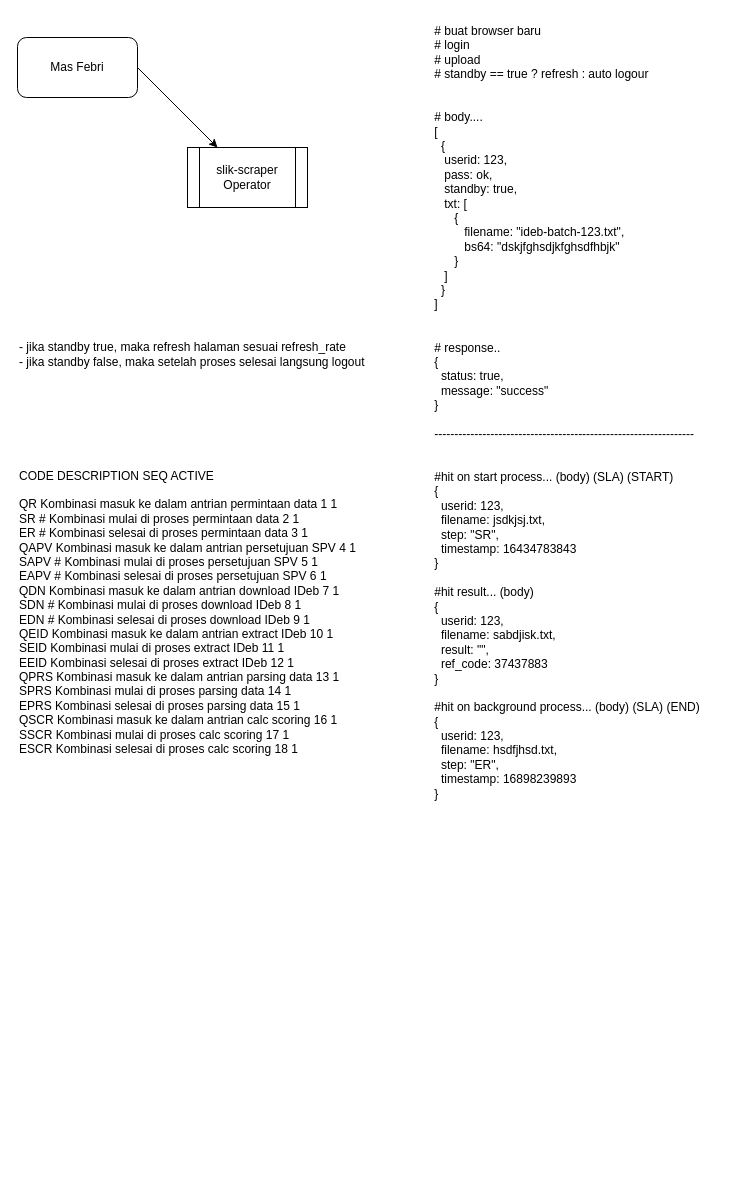
Before: Untitled Diagram.drawio in jefripunza/cloufina-assets, a draw.io diagram. Source tidied: cells renumbered, new cells numbered last; positions are measured from the earlier drawing's top-left corner, leaving out a move shared by most shapes. Both pictures are drawn from the tidied source at 100%, with x=0, y=0 at pixel (17, 17).
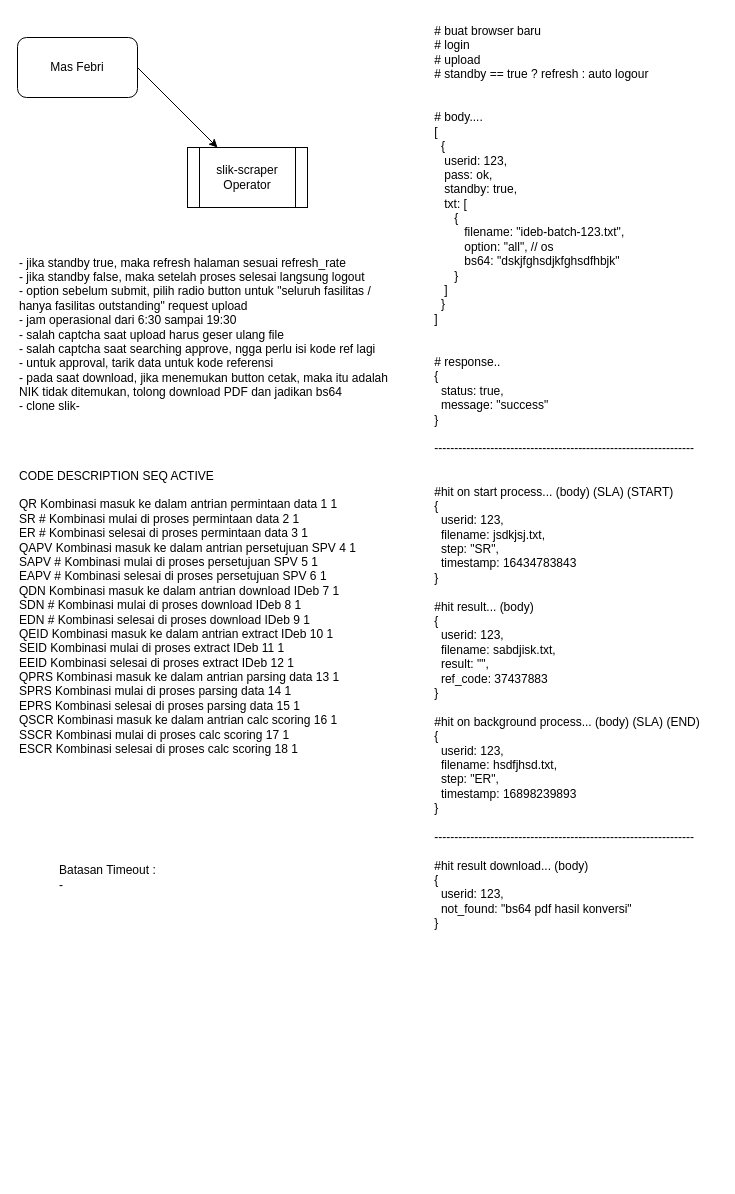
Above is the later version.

Change to the diagram source:
```diff
@@
 <mxGraphModel>
   <root>
     <mxCell id="0" />
     <mxCell id="1" parent="0" />
     <mxCell id="2" value="slik-scraper&lt;br&gt;Operator" style="shape=process;whiteSpace=wrap;html=1;backgroundOutline=1;" parent="1" vertex="1">
       <mxGeometry x="170" y="130" width="120" height="60" as="geometry" />
     </mxCell>
     <mxCell id="3" value="Mas Febri" style="rounded=1;whiteSpace=wrap;html=1;" parent="1" vertex="1">
       <mxGeometry y="20" width="120" height="60" as="geometry" />
     </mxCell>
     <mxCell id="4" style="endArrow=classic;html=1;rounded=0;exitX=1;exitY=0.5;exitDx=0;exitDy=0;" parent="1" edge="1" source="3" target="2">
       <mxGeometry relative="1" as="geometry" />
     </mxCell>
-    <mxCell id="5" value="&lt;div style=&quot;text-align: left;&quot;&gt;&lt;span style=&quot;background-color: initial;&quot;&gt;# buat browser baru&lt;/span&gt;&lt;/div&gt;&lt;div style=&quot;text-align: left;&quot;&gt;&lt;span style=&quot;background-color: initial;&quot;&gt;# login&lt;/span&gt;&lt;/div&gt;&lt;div style=&quot;text-align: left;&quot;&gt;&lt;span style=&quot;background-color: initial;&quot;&gt;# upload&lt;/span&gt;&lt;/div&gt;&lt;div style=&quot;text-align: left;&quot;&gt;&lt;span style=&quot;background-color: initial;&quot;&gt;# standby == true ? refresh : auto logour&lt;/span&gt;&lt;/div&gt;&lt;div style=&quot;text-align: left;&quot;&gt;&lt;span style=&quot;background-color: initial;&quot;&gt;&lt;br&gt;&lt;/span&gt;&lt;/div&gt;&lt;div style=&quot;text-align: left;&quot;&gt;&lt;span style=&quot;background-color: initial;&quot;&gt;&lt;br&gt;&lt;/span&gt;&lt;/div&gt;&lt;div style=&quot;text-align: left;&quot;&gt;&lt;span style=&quot;background-color: initial;&quot;&gt;# body....&lt;/span&gt;&lt;/div&gt;&lt;div style=&quot;text-align: left;&quot;&gt;&lt;span style=&quot;background-color: initial;&quot;&gt;[&lt;/span&gt;&lt;/div&gt;&lt;div style=&quot;text-align: left;&quot;&gt;&lt;span style=&quot;background-color: initial;&quot;&gt;&amp;nbsp; {&lt;/span&gt;&lt;/div&gt;&lt;div style=&quot;text-align: left;&quot;&gt;&lt;span style=&quot;background-color: initial;&quot;&gt;&amp;nbsp; &amp;nbsp;userid: 123,&lt;/span&gt;&lt;/div&gt;&lt;div style=&quot;text-align: left;&quot;&gt;&lt;span style=&quot;background-color: initial;&quot;&gt;&amp;nbsp; &amp;nbsp;pass: ok,&lt;/span&gt;&lt;/div&gt;&lt;div style=&quot;text-align: left;&quot;&gt;&lt;span style=&quot;background-color: initial;&quot;&gt;&amp;nbsp; &amp;nbsp;standby: true,&lt;/span&gt;&lt;/div&gt;&lt;div style=&quot;text-align: left;&quot;&gt;&lt;span style=&quot;background-color: initial;&quot;&gt;&amp;nbsp; &amp;nbsp;txt: [&lt;/span&gt;&lt;/div&gt;&lt;div style=&quot;text-align: left;&quot;&gt;&lt;span style=&quot;background-color: initial;&quot;&gt;&amp;nbsp; &amp;nbsp; &amp;nbsp; {&lt;/span&gt;&lt;/div&gt;&lt;div style=&quot;text-align: left;&quot;&gt;&lt;span style=&quot;background-color: initial;&quot;&gt;&amp;nbsp; &amp;nbsp; &amp;nbsp; &amp;nbsp; &amp;nbsp;filename: &quot;ideb-batch-123.txt&quot;,&lt;/span&gt;&lt;/div&gt;&lt;div style=&quot;text-align: left;&quot;&gt;&lt;span style=&quot;background-color: initial;&quot;&gt;&amp;nbsp; &amp;nbsp; &amp;nbsp; &amp;nbsp; &amp;nbsp;bs64: &quot;dskjfghsdjkfghsdfhbjk&quot;&lt;/span&gt;&lt;/div&gt;&lt;div style=&quot;text-align: left;&quot;&gt;&lt;span style=&quot;background-color: initial;&quot;&gt;&amp;nbsp; &amp;nbsp; &amp;nbsp; }&lt;/span&gt;&lt;/div&gt;&lt;div style=&quot;text-align: left;&quot;&gt;&lt;span style=&quot;background-color: initial;&quot;&gt;&amp;nbsp; &amp;nbsp;]&lt;/span&gt;&lt;/div&gt;&lt;div style=&quot;text-align: left;&quot;&gt;&lt;span style=&quot;background-color: initial;&quot;&gt;&amp;nbsp; }&lt;/span&gt;&lt;/div&gt;&lt;div style=&quot;text-align: left;&quot;&gt;&lt;span style=&quot;background-color: initial;&quot;&gt;]&lt;/span&gt;&lt;/div&gt;&lt;div style=&quot;text-align: left;&quot;&gt;&lt;span style=&quot;background-color: initial;&quot;&gt;&lt;br&gt;&lt;/span&gt;&lt;/div&gt;&lt;div style=&quot;text-align: left;&quot;&gt;&lt;span style=&quot;background-color: initial;&quot;&gt;&lt;br&gt;&lt;/span&gt;&lt;/div&gt;&lt;div style=&quot;text-align: left;&quot;&gt;&lt;span style=&quot;background-color: initial;&quot;&gt;# response..&lt;/span&gt;&lt;/div&gt;&lt;div style=&quot;text-align: left;&quot;&gt;&lt;span style=&quot;background-color: initial;&quot;&gt;{&lt;/span&gt;&lt;/div&gt;&lt;div style=&quot;text-align: left;&quot;&gt;&lt;span style=&quot;background-color: initial;&quot;&gt;&amp;nbsp; status: true,&lt;/span&gt;&lt;/div&gt;&lt;div style=&quot;text-align: left;&quot;&gt;&lt;span style=&quot;background-color: initial;&quot;&gt;&amp;nbsp; message: &quot;success&quot;&lt;/span&gt;&lt;/div&gt;&lt;div style=&quot;text-align: left;&quot;&gt;&lt;span style=&quot;background-color: initial;&quot;&gt;}&lt;/span&gt;&lt;/div&gt;&lt;div style=&quot;text-align: left;&quot;&gt;&lt;span style=&quot;background-color: initial;&quot;&gt;&lt;br&gt;&lt;/span&gt;&lt;/div&gt;&lt;div style=&quot;text-align: left;&quot;&gt;&lt;span style=&quot;background-color: initial;&quot;&gt;-----------------------------------------------------------------&lt;/span&gt;&lt;/div&gt;&lt;div style=&quot;text-align: left;&quot;&gt;&lt;span style=&quot;background-color: initial;&quot;&gt;&lt;br&gt;&lt;/span&gt;&lt;/div&gt;&lt;div style=&quot;text-align: left;&quot;&gt;&lt;span style=&quot;background-color: initial;&quot;&gt;&lt;br&gt;&lt;/span&gt;&lt;/div&gt;&lt;div style=&quot;text-align: left;&quot;&gt;&lt;span style=&quot;background-color: initial;&quot;&gt;#hit on start process... (body) (SLA) (START)&lt;/span&gt;&lt;/div&gt;&lt;div style=&quot;text-align: left;&quot;&gt;&lt;span style=&quot;background-color: initial;&quot;&gt;{&lt;/span&gt;&lt;/div&gt;&lt;div style=&quot;text-align: left;&quot;&gt;&lt;span style=&quot;background-color: initial;&quot;&gt;&amp;nbsp; userid: 123,&lt;/span&gt;&lt;/div&gt;&lt;div style=&quot;text-align: left;&quot;&gt;&amp;nbsp; filename: jsdkjsj.txt,&lt;/div&gt;&lt;div style=&quot;text-align: left;&quot;&gt;&amp;nbsp; step: &quot;SR&quot;,&lt;/div&gt;&lt;div style=&quot;text-align: left;&quot;&gt;&amp;nbsp; timestamp: 16434783843&lt;/div&gt;&lt;div style=&quot;text-align: left;&quot;&gt;&lt;span style=&quot;background-color: initial;&quot;&gt;}&lt;/span&gt;&lt;/div&gt;&lt;div style=&quot;text-align: left;&quot;&gt;&lt;span style=&quot;background-color: initial;&quot;&gt;&lt;br&gt;&lt;/span&gt;&lt;/div&gt;&lt;div style=&quot;text-align: left;&quot;&gt;&lt;span style=&quot;background-color: initial;&quot;&gt;#hit result... (body)&lt;/span&gt;&lt;/div&gt;&lt;div style=&quot;text-align: left;&quot;&gt;&lt;span style=&quot;background-color: initial;&quot;&gt;{&lt;/span&gt;&lt;/div&gt;&lt;div style=&quot;text-align: left;&quot;&gt;&lt;span style=&quot;background-color: initial;&quot;&gt;&amp;nbsp; userid: 123,&lt;/span&gt;&lt;/div&gt;&lt;div style=&quot;text-align: left;&quot;&gt;&lt;span style=&quot;background-color: initial;&quot;&gt;&amp;nbsp; filename: sabdjisk.txt,&lt;/span&gt;&lt;/div&gt;&lt;div style=&quot;text-align: left;&quot;&gt;&amp;nbsp; result: &quot;&quot;,&lt;/div&gt;&lt;div style=&quot;text-align: left;&quot;&gt;&lt;span style=&quot;background-color: initial;&quot;&gt;&amp;nbsp; ref_code: 37437883&lt;/span&gt;&lt;/div&gt;&lt;div style=&quot;text-align: left;&quot;&gt;&lt;span style=&quot;background-color: initial;&quot;&gt;}&lt;/span&gt;&lt;/div&gt;&lt;div style=&quot;text-align: left;&quot;&gt;&lt;span style=&quot;background-color: initial;&quot;&gt;&lt;br&gt;&lt;/span&gt;&lt;/div&gt;&lt;div style=&quot;text-align: left;&quot;&gt;&lt;span style=&quot;background-color: initial;&quot;&gt;#hit on background process... (body) (SLA) (END)&lt;/span&gt;&lt;/div&gt;&lt;div style=&quot;text-align: left;&quot;&gt;&lt;span style=&quot;background-color: initial;&quot;&gt;{&lt;/span&gt;&lt;/div&gt;&lt;div style=&quot;text-align: left;&quot;&gt;&lt;span style=&quot;background-color: initial;&quot;&gt;&amp;nbsp; userid: 123,&lt;/span&gt;&lt;/div&gt;&lt;div style=&quot;text-align: left;&quot;&gt;&lt;span style=&quot;background-color: initial;&quot;&gt;&amp;nbsp; filename: hsdfjhsd.txt,&lt;/span&gt;&lt;/div&gt;&lt;div style=&quot;text-align: left;&quot;&gt;&lt;span style=&quot;background-color: initial;&quot;&gt;&amp;nbsp; step: &quot;ER&quot;,&lt;/span&gt;&lt;/div&gt;&lt;div style=&quot;text-align: left;&quot;&gt;&lt;span style=&quot;background-color: initial;&quot;&gt;&amp;nbsp; timestamp: 16898239893&lt;/span&gt;&lt;/div&gt;&lt;div style=&quot;text-align: left;&quot;&gt;&lt;span style=&quot;background-color: initial;&quot;&gt;}&lt;/span&gt;&lt;/div&gt;" style="text;html=1;strokeColor=none;fillColor=none;align=center;verticalAlign=middle;whiteSpace=wrap;rounded=0;" parent="1" vertex="1">
-      <mxGeometry x="400" width="300" height="790" as="geometry" />
+    <mxCell id="5" value="&lt;div style=&quot;text-align: left;&quot;&gt;&lt;span style=&quot;background-color: initial;&quot;&gt;# buat browser baru&lt;/span&gt;&lt;/div&gt;&lt;div style=&quot;text-align: left;&quot;&gt;&lt;span style=&quot;background-color: initial;&quot;&gt;# login&lt;/span&gt;&lt;/div&gt;&lt;div style=&quot;text-align: left;&quot;&gt;&lt;span style=&quot;background-color: initial;&quot;&gt;# upload&lt;/span&gt;&lt;/div&gt;&lt;div style=&quot;text-align: left;&quot;&gt;&lt;span style=&quot;background-color: initial;&quot;&gt;# standby == true ? refresh : auto logour&lt;/span&gt;&lt;/div&gt;&lt;div style=&quot;text-align: left;&quot;&gt;&lt;span style=&quot;background-color: initial;&quot;&gt;&lt;br&gt;&lt;/span&gt;&lt;/div&gt;&lt;div style=&quot;text-align: left;&quot;&gt;&lt;span style=&quot;background-color: initial;&quot;&gt;&lt;br&gt;&lt;/span&gt;&lt;/div&gt;&lt;div style=&quot;text-align: left;&quot;&gt;&lt;span style=&quot;background-color: initial;&quot;&gt;# body....&lt;/span&gt;&lt;/div&gt;&lt;div style=&quot;text-align: left;&quot;&gt;&lt;span style=&quot;background-color: initial;&quot;&gt;[&lt;/span&gt;&lt;/div&gt;&lt;div style=&quot;text-align: left;&quot;&gt;&lt;span style=&quot;background-color: initial;&quot;&gt;&amp;nbsp; {&lt;/span&gt;&lt;/div&gt;&lt;div style=&quot;text-align: left;&quot;&gt;&lt;span style=&quot;background-color: initial;&quot;&gt;&amp;nbsp; &amp;nbsp;userid: 123,&lt;/span&gt;&lt;/div&gt;&lt;div style=&quot;text-align: left;&quot;&gt;&lt;span style=&quot;background-color: initial;&quot;&gt;&amp;nbsp; &amp;nbsp;pass: ok,&lt;/span&gt;&lt;/div&gt;&lt;div style=&quot;text-align: left;&quot;&gt;&lt;span style=&quot;background-color: initial;&quot;&gt;&amp;nbsp; &amp;nbsp;standby: true,&lt;/span&gt;&lt;/div&gt;&lt;div style=&quot;text-align: left;&quot;&gt;&lt;span style=&quot;background-color: initial;&quot;&gt;&amp;nbsp; &amp;nbsp;txt: [&lt;/span&gt;&lt;/div&gt;&lt;div style=&quot;text-align: left;&quot;&gt;&lt;span style=&quot;background-color: initial;&quot;&gt;&amp;nbsp; &amp;nbsp; &amp;nbsp; {&lt;/span&gt;&lt;/div&gt;&lt;div style=&quot;text-align: left;&quot;&gt;&lt;span style=&quot;background-color: initial;&quot;&gt;&amp;nbsp; &amp;nbsp; &amp;nbsp; &amp;nbsp; &amp;nbsp;filename: &quot;ideb-batch-123.txt&quot;,&lt;/span&gt;&lt;/div&gt;&lt;div style=&quot;text-align: left;&quot;&gt;&lt;span style=&quot;background-color: initial;&quot;&gt;&amp;nbsp; &amp;nbsp; &amp;nbsp; &amp;nbsp; &amp;nbsp;option: &quot;all&quot;, // os&lt;/span&gt;&lt;/div&gt;&lt;div style=&quot;text-align: left;&quot;&gt;&lt;span style=&quot;background-color: initial;&quot;&gt;&amp;nbsp; &amp;nbsp; &amp;nbsp; &amp;nbsp; &amp;nbsp;bs64: &quot;dskjfghsdjkfghsdfhbjk&quot;&lt;/span&gt;&lt;/div&gt;&lt;div style=&quot;text-align: left;&quot;&gt;&lt;span style=&quot;background-color: initial;&quot;&gt;&amp;nbsp; &amp;nbsp; &amp;nbsp; }&lt;/span&gt;&lt;/div&gt;&lt;div style=&quot;text-align: left;&quot;&gt;&lt;span style=&quot;background-color: initial;&quot;&gt;&amp;nbsp; &amp;nbsp;]&lt;/span&gt;&lt;/div&gt;&lt;div style=&quot;text-align: left;&quot;&gt;&lt;span style=&quot;background-color: initial;&quot;&gt;&amp;nbsp; }&lt;/span&gt;&lt;/div&gt;&lt;div style=&quot;text-align: left;&quot;&gt;&lt;span style=&quot;background-color: initial;&quot;&gt;]&lt;/span&gt;&lt;/div&gt;&lt;div style=&quot;text-align: left;&quot;&gt;&lt;span style=&quot;background-color: initial;&quot;&gt;&lt;br&gt;&lt;/span&gt;&lt;/div&gt;&lt;div style=&quot;text-align: left;&quot;&gt;&lt;span style=&quot;background-color: initial;&quot;&gt;&lt;br&gt;&lt;/span&gt;&lt;/div&gt;&lt;div style=&quot;text-align: left;&quot;&gt;&lt;span style=&quot;background-color: initial;&quot;&gt;# response..&lt;/span&gt;&lt;/div&gt;&lt;div style=&quot;text-align: left;&quot;&gt;&lt;span style=&quot;background-color: initial;&quot;&gt;{&lt;/span&gt;&lt;/div&gt;&lt;div style=&quot;text-align: left;&quot;&gt;&lt;span style=&quot;background-color: initial;&quot;&gt;&amp;nbsp; status: true,&lt;/span&gt;&lt;/div&gt;&lt;div style=&quot;text-align: left;&quot;&gt;&lt;span style=&quot;background-color: initial;&quot;&gt;&amp;nbsp; message: &quot;success&quot;&lt;/span&gt;&lt;/div&gt;&lt;div style=&quot;text-align: left;&quot;&gt;&lt;span style=&quot;background-color: initial;&quot;&gt;}&lt;/span&gt;&lt;/div&gt;&lt;div style=&quot;text-align: left;&quot;&gt;&lt;span style=&quot;background-color: initial;&quot;&gt;&lt;br&gt;&lt;/span&gt;&lt;/div&gt;&lt;div style=&quot;text-align: left;&quot;&gt;&lt;span style=&quot;background-color: initial;&quot;&gt;-----------------------------------------------------------------&lt;/span&gt;&lt;/div&gt;&lt;div style=&quot;text-align: left;&quot;&gt;&lt;span style=&quot;background-color: initial;&quot;&gt;&lt;br&gt;&lt;/span&gt;&lt;/div&gt;&lt;div style=&quot;text-align: left;&quot;&gt;&lt;span style=&quot;background-color: initial;&quot;&gt;&lt;br&gt;&lt;/span&gt;&lt;/div&gt;&lt;div style=&quot;text-align: left;&quot;&gt;&lt;span style=&quot;background-color: initial;&quot;&gt;#hit on start process... (body) (SLA) (START)&lt;/span&gt;&lt;/div&gt;&lt;div style=&quot;text-align: left;&quot;&gt;&lt;span style=&quot;background-color: initial;&quot;&gt;{&lt;/span&gt;&lt;/div&gt;&lt;div style=&quot;text-align: left;&quot;&gt;&lt;span style=&quot;background-color: initial;&quot;&gt;&amp;nbsp; userid: 123,&lt;/span&gt;&lt;/div&gt;&lt;div style=&quot;text-align: left;&quot;&gt;&amp;nbsp; filename: jsdkjsj.txt,&lt;/div&gt;&lt;div style=&quot;text-align: left;&quot;&gt;&amp;nbsp; step: &quot;SR&quot;,&lt;/div&gt;&lt;div style=&quot;text-align: left;&quot;&gt;&amp;nbsp; timestamp: 16434783843&lt;/div&gt;&lt;div style=&quot;text-align: left;&quot;&gt;&lt;span style=&quot;background-color: initial;&quot;&gt;}&lt;/span&gt;&lt;/div&gt;&lt;div style=&quot;text-align: left;&quot;&gt;&lt;span style=&quot;background-color: initial;&quot;&gt;&lt;br&gt;&lt;/span&gt;&lt;/div&gt;&lt;div style=&quot;text-align: left;&quot;&gt;&lt;span style=&quot;background-color: initial;&quot;&gt;#hit result... (body)&lt;/span&gt;&lt;/div&gt;&lt;div style=&quot;text-align: left;&quot;&gt;&lt;span style=&quot;background-color: initial;&quot;&gt;{&lt;/span&gt;&lt;/div&gt;&lt;div style=&quot;text-align: left;&quot;&gt;&lt;span style=&quot;background-color: initial;&quot;&gt;&amp;nbsp; userid: 123,&lt;/span&gt;&lt;/div&gt;&lt;div style=&quot;text-align: left;&quot;&gt;&lt;span style=&quot;background-color: initial;&quot;&gt;&amp;nbsp; filename: sabdjisk.txt,&lt;/span&gt;&lt;/div&gt;&lt;div style=&quot;text-align: left;&quot;&gt;&amp;nbsp; result: &quot;&quot;,&lt;/div&gt;&lt;div style=&quot;text-align: left;&quot;&gt;&lt;span style=&quot;background-color: initial;&quot;&gt;&amp;nbsp; ref_code: 37437883&lt;/span&gt;&lt;/div&gt;&lt;div style=&quot;text-align: left;&quot;&gt;&lt;span style=&quot;background-color: initial;&quot;&gt;}&lt;/span&gt;&lt;/div&gt;&lt;div style=&quot;text-align: left;&quot;&gt;&lt;span style=&quot;background-color: initial;&quot;&gt;&lt;br&gt;&lt;/span&gt;&lt;/div&gt;&lt;div style=&quot;text-align: left;&quot;&gt;&lt;span style=&quot;background-color: initial;&quot;&gt;#hit on background process... (body) (SLA) (END)&lt;/span&gt;&lt;/div&gt;&lt;div style=&quot;text-align: left;&quot;&gt;&lt;span style=&quot;background-color: initial;&quot;&gt;{&lt;/span&gt;&lt;/div&gt;&lt;div style=&quot;text-align: left;&quot;&gt;&lt;span style=&quot;background-color: initial;&quot;&gt;&amp;nbsp; userid: 123,&lt;/span&gt;&lt;/div&gt;&lt;div style=&quot;text-align: left;&quot;&gt;&lt;span style=&quot;background-color: initial;&quot;&gt;&amp;nbsp; filename: hsdfjhsd.txt,&lt;/span&gt;&lt;/div&gt;&lt;div style=&quot;text-align: left;&quot;&gt;&lt;span style=&quot;background-color: initial;&quot;&gt;&amp;nbsp; step: &quot;ER&quot;,&lt;/span&gt;&lt;/div&gt;&lt;div style=&quot;text-align: left;&quot;&gt;&lt;span style=&quot;background-color: initial;&quot;&gt;&amp;nbsp; timestamp: 16898239893&lt;/span&gt;&lt;/div&gt;&lt;div style=&quot;text-align: left;&quot;&gt;&lt;span style=&quot;background-color: initial;&quot;&gt;}&lt;/span&gt;&lt;/div&gt;&lt;div style=&quot;text-align: left;&quot;&gt;&lt;span style=&quot;background-color: initial;&quot;&gt;&lt;br&gt;&lt;/span&gt;&lt;/div&gt;&lt;div style=&quot;text-align: left;&quot;&gt;&lt;span style=&quot;background-color: initial;&quot;&gt;-----------------------------------------------------------------&lt;/span&gt;&lt;/div&gt;&lt;div style=&quot;text-align: left;&quot;&gt;&lt;span style=&quot;background-color: initial;&quot;&gt;&lt;br&gt;&lt;/span&gt;&lt;/div&gt;&lt;div style=&quot;text-align: left;&quot;&gt;&lt;div style=&quot;border-color: var(--border-color);&quot;&gt;#hit result download... (body)&lt;/div&gt;&lt;div style=&quot;border-color: var(--border-color);&quot;&gt;&lt;span style=&quot;border-color: var(--border-color); background-color: initial;&quot;&gt;{&lt;/span&gt;&lt;/div&gt;&lt;div style=&quot;border-color: var(--border-color);&quot;&gt;&lt;span style=&quot;border-color: var(--border-color); background-color: initial;&quot;&gt;&amp;nbsp; userid: 123,&lt;/span&gt;&lt;/div&gt;&lt;div style=&quot;border-color: var(--border-color);&quot;&gt;&lt;span style=&quot;border-color: var(--border-color); background-color: initial;&quot;&gt;&amp;nbsp; not_found: &quot;bs64 pdf hasil konversi&quot;&lt;/span&gt;&lt;/div&gt;&lt;div style=&quot;border-color: var(--border-color);&quot;&gt;&lt;span style=&quot;border-color: var(--border-color); background-color: initial;&quot;&gt;}&lt;/span&gt;&lt;/div&gt;&lt;/div&gt;" style="text;html=1;strokeColor=none;fillColor=none;align=center;verticalAlign=top;whiteSpace=wrap;rounded=0;labelPosition=center;verticalLabelPosition=middle;" parent="1" vertex="1">
+      <mxGeometry x="400" width="300" height="1160" as="geometry" />
     </mxCell>
-    <mxCell id="6" value="&lt;br&gt;- jika standby true, maka refresh halaman sesuai refresh_rate&lt;br&gt;- jika standby false, maka setelah proses selesai langsung logout" style="text;html=1;strokeColor=none;fillColor=none;align=left;verticalAlign=middle;whiteSpace=wrap;rounded=0;" parent="1" vertex="1">
-      <mxGeometry y="260" width="360" height="140" as="geometry" />
+    <mxCell id="6" value="&lt;br&gt;- jika standby true, maka refresh halaman sesuai refresh_rate&lt;br&gt;- jika standby false, maka setelah proses selesai langsung logout&lt;br&gt;- option sebelum submit, pilih radio button untuk &quot;seluruh fasilitas / hanya fasilitas outstanding&quot; request upload&lt;br&gt;- jam operasional dari 6:30 sampai 19:30&lt;br&gt;- salah captcha saat upload harus geser ulang file&lt;br&gt;- salah captcha saat searching approve, ngga perlu isi kode ref lagi&lt;br&gt;- untuk approval, tarik data untuk kode referensi&lt;br&gt;- pada saat download, jika menemukan button cetak, maka itu adalah NIK tidak ditemukan, tolong download PDF dan jadikan bs64&lt;br&gt;- clone slik-" style="text;html=1;strokeColor=none;fillColor=none;align=left;verticalAlign=middle;whiteSpace=wrap;rounded=0;" parent="1" vertex="1">
+      <mxGeometry y="220" width="380" height="180" as="geometry" />
     </mxCell>
     <mxCell id="7" value="&lt;div&gt;CODE&lt;span style=&quot;&quot;&gt; &lt;/span&gt;DESCRIPTION&lt;span style=&quot;&quot;&gt; &lt;/span&gt;SEQ&lt;span style=&quot;&quot;&gt; &lt;/span&gt;ACTIVE&lt;/div&gt;&lt;div&gt;&lt;br&gt;&lt;/div&gt;&lt;div&gt;QR&lt;span style=&quot;&quot;&gt; &lt;/span&gt;Kombinasi masuk ke dalam antrian permintaan data&lt;span style=&quot;&quot;&gt; &lt;/span&gt;1&lt;span style=&quot;&quot;&gt; &lt;/span&gt;1&lt;/div&gt;&lt;div&gt;SR #&lt;span style=&quot;&quot;&gt; &lt;/span&gt;Kombinasi mulai di proses permintaan data&lt;span style=&quot;&quot;&gt; &lt;/span&gt;2&lt;span style=&quot;&quot;&gt; &lt;/span&gt;1&lt;/div&gt;&lt;div&gt;ER #&lt;span style=&quot;&quot;&gt; &lt;/span&gt;Kombinasi selesai di proses permintaan data&lt;span style=&quot;&quot;&gt; &lt;/span&gt;3&lt;span style=&quot;&quot;&gt; &lt;/span&gt;1&lt;/div&gt;&lt;div&gt;QAPV&lt;span style=&quot;&quot;&gt; &lt;/span&gt;Kombinasi masuk ke dalam antrian persetujuan SPV&lt;span style=&quot;&quot;&gt; &lt;/span&gt;4&lt;span style=&quot;&quot;&gt; &lt;/span&gt;1&lt;/div&gt;&lt;div&gt;SAPV #&lt;span style=&quot;&quot;&gt; &lt;/span&gt;Kombinasi mulai di proses persetujuan SPV&lt;span style=&quot;&quot;&gt; &lt;/span&gt;5&lt;span style=&quot;&quot;&gt; &lt;/span&gt;1&lt;/div&gt;&lt;div&gt;EAPV #&lt;span style=&quot;&quot;&gt; &lt;/span&gt;Kombinasi selesai di proses persetujuan SPV&lt;span style=&quot;&quot;&gt; &lt;/span&gt;6&lt;span style=&quot;&quot;&gt; &lt;/span&gt;1&lt;/div&gt;&lt;div&gt;QDN&lt;span style=&quot;&quot;&gt; &lt;/span&gt;Kombinasi masuk ke dalam antrian download IDeb&lt;span style=&quot;&quot;&gt; &lt;/span&gt;7&lt;span style=&quot;&quot;&gt; &lt;/span&gt;1&lt;/div&gt;&lt;div&gt;SDN #&lt;span style=&quot;&quot;&gt; &lt;/span&gt;Kombinasi mulai di proses download IDeb&lt;span style=&quot;&quot;&gt; &lt;/span&gt;8&lt;span style=&quot;&quot;&gt; &lt;/span&gt;1&lt;/div&gt;&lt;div&gt;EDN #&lt;span style=&quot;&quot;&gt; &lt;/span&gt;Kombinasi selesai di proses download IDeb&lt;span style=&quot;&quot;&gt; &lt;/span&gt;9&lt;span style=&quot;&quot;&gt; &lt;/span&gt;1&lt;/div&gt;&lt;div&gt;QEID&lt;span style=&quot;&quot;&gt; &lt;/span&gt;Kombinasi masuk ke dalam antrian extract IDeb&lt;span style=&quot;&quot;&gt; &lt;/span&gt;10&lt;span style=&quot;&quot;&gt; &lt;/span&gt;1&lt;/div&gt;&lt;div&gt;SEID&lt;span style=&quot;&quot;&gt; &lt;/span&gt;Kombinasi mulai di proses extract IDeb&lt;span style=&quot;&quot;&gt; &lt;/span&gt;11&lt;span style=&quot;&quot;&gt; &lt;/span&gt;1&lt;/div&gt;&lt;div&gt;EEID&lt;span style=&quot;&quot;&gt; &lt;/span&gt;Kombinasi selesai di proses extract IDeb&lt;span style=&quot;&quot;&gt; &lt;/span&gt;12&lt;span style=&quot;&quot;&gt; &lt;/span&gt;1&lt;/div&gt;&lt;div&gt;QPRS&lt;span style=&quot;&quot;&gt; &lt;/span&gt;Kombinasi masuk ke dalam antrian parsing data&lt;span style=&quot;&quot;&gt; &lt;/span&gt;13&lt;span style=&quot;&quot;&gt; &lt;/span&gt;1&lt;/div&gt;&lt;div&gt;SPRS&lt;span style=&quot;&quot;&gt; &lt;/span&gt;Kombinasi mulai di proses parsing data&lt;span style=&quot;&quot;&gt; &lt;/span&gt;14&lt;span style=&quot;&quot;&gt; &lt;/span&gt;1&lt;/div&gt;&lt;div&gt;EPRS&lt;span style=&quot;&quot;&gt; &lt;/span&gt;Kombinasi selesai di proses parsing data&lt;span style=&quot;&quot;&gt; &lt;/span&gt;15&lt;span style=&quot;&quot;&gt; &lt;/span&gt;1&lt;/div&gt;&lt;div&gt;QSCR&lt;span style=&quot;&quot;&gt; &lt;/span&gt;Kombinasi masuk ke dalam antrian calc scoring&lt;span style=&quot;&quot;&gt; &lt;/span&gt;16&lt;span style=&quot;&quot;&gt; &lt;/span&gt;1&lt;/div&gt;&lt;div&gt;SSCR&lt;span style=&quot;&quot;&gt; &lt;/span&gt;Kombinasi mulai di proses calc scoring&lt;span style=&quot;&quot;&gt; &lt;/span&gt;17&lt;span style=&quot;&quot;&gt; &lt;/span&gt;1&lt;/div&gt;&lt;div style=&quot;&quot;&gt;ESCR&lt;span style=&quot;&quot;&gt; &lt;/span&gt;Kombinasi selesai di proses calc scoring&lt;span style=&quot;&quot;&gt; &lt;/span&gt;18&lt;span style=&quot;&quot;&gt; &lt;/span&gt;1&lt;/div&gt;" style="text;html=1;strokeColor=none;fillColor=none;align=left;verticalAlign=middle;whiteSpace=wrap;rounded=0;" parent="1" vertex="1">
       <mxGeometry y="430" width="350" height="330" as="geometry" />
     </mxCell>
+    <mxCell id="8" value="Batasan Timeout :&lt;br&gt;-&amp;nbsp;" style="text;html=1;strokeColor=none;fillColor=none;align=left;verticalAlign=middle;whiteSpace=wrap;rounded=0;" parent="1" vertex="1">
+      <mxGeometry x="40" y="780" width="270" height="160" as="geometry" />
+    </mxCell>
   </root>
 </mxGraphModel>
```
